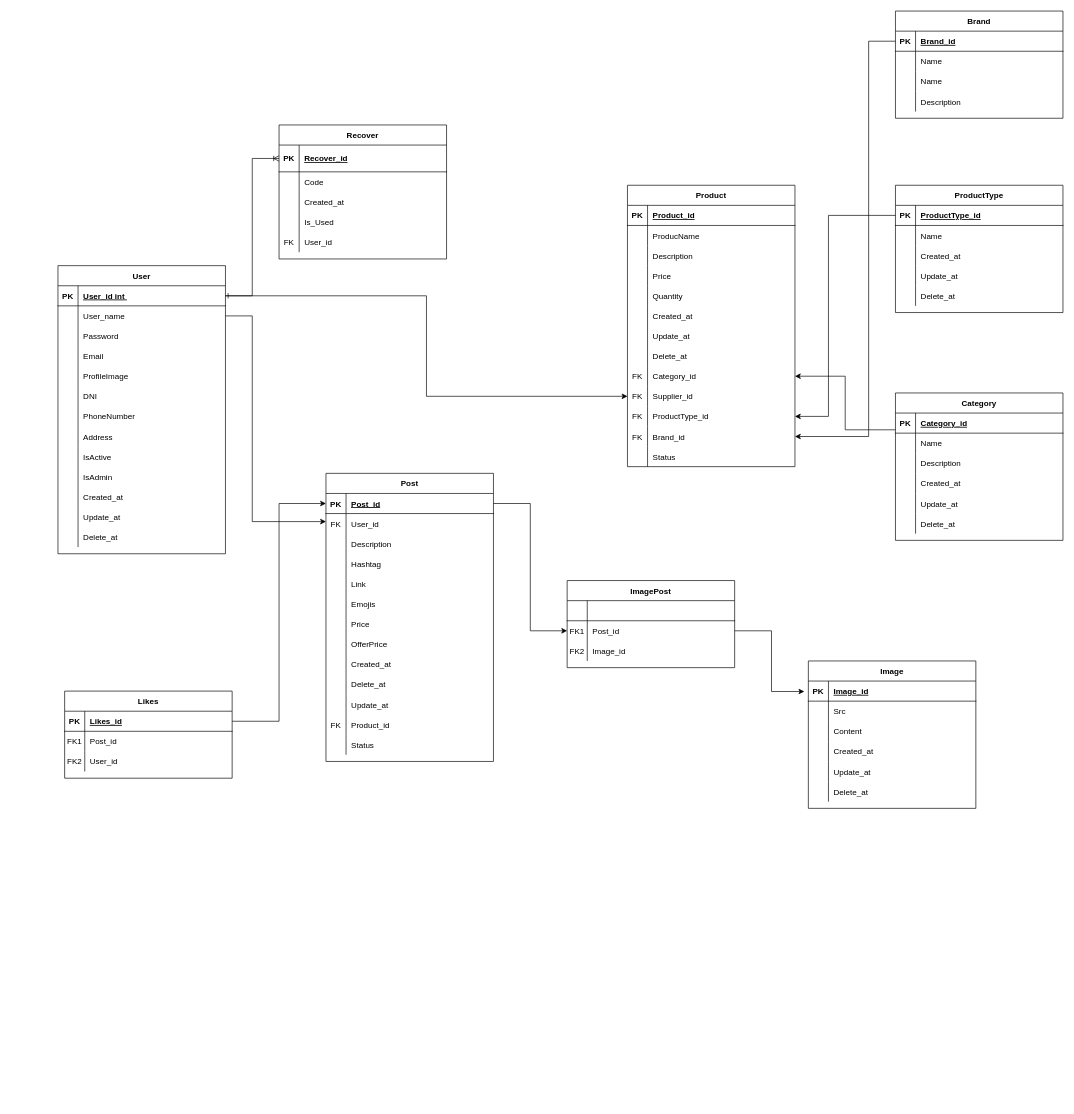
Before: E-Commerce.drawio in MarvinOrtiz18/DER, a draw.io diagram. Source tidied: cells renumbered, new cells numbered last; positions are measured from the earlier drawing's top-left corner, leaving out a move shared by most shapes. Both pictures are drawn from the tidied source at 67%, with x=0, y=0 at pixel (58, 11).
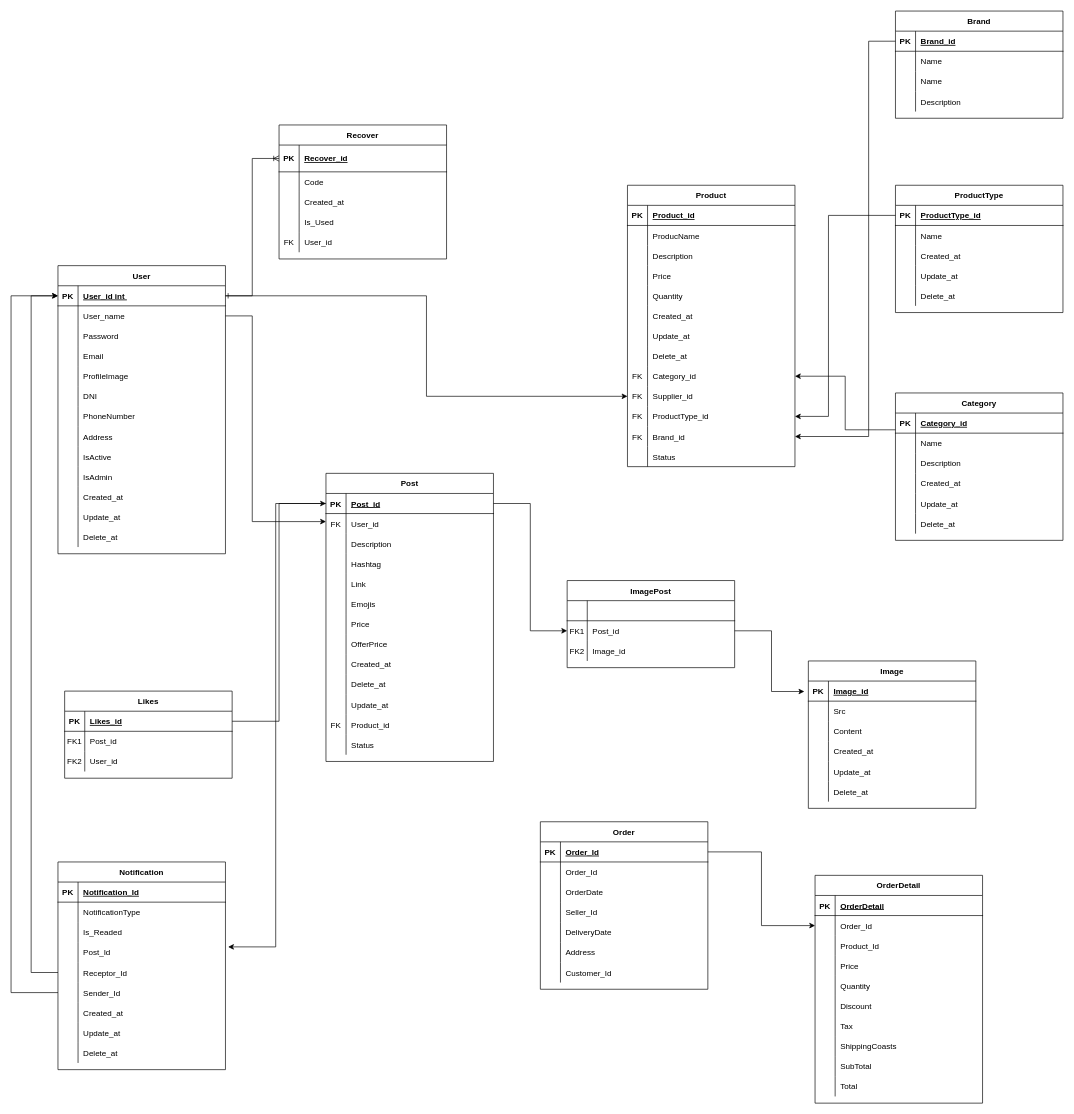
The same diagram, later.

The change refers to these unchanged cells:
```xml
<mxCell id="29" style="shape=partialRectangle;fillColor=none;points=[[0,0.5],[1,0.5]];portConstraint=eastwest;top=0;left=0;right=0;bottom=1;" parent="28" vertex="1">
  <mxGeometry y="30" width="250" height="30" as="geometry" />
</mxCell>
<mxCell id="70" style="shape=partialRectangle;fillColor=none;points=[[0,0.5],[1,0.5]];portConstraint=eastwest;top=0;left=0;right=0;bottom=1;" parent="69" vertex="1">
  <mxGeometry y="30" width="250" height="30" as="geometry" />
</mxCell>
```

Diff of the diagram source:
```diff
@@
+    <mxCell id="234" value="Notification" style="shape=table;startSize=30;childLayout=tableLayout;rowLines=0;fontStyle=1;align=center;" parent="1" vertex="1">
+      <mxGeometry y="1270" width="250" height="310" as="geometry" />
+    </mxCell>
+    <mxCell id="235" style="shape=partialRectangle;fillColor=none;top=0;left=0;right=0;bottom=1;" parent="234" vertex="1">
+      <mxGeometry y="30" width="250" height="30" as="geometry" />
+    </mxCell>
+    <mxCell id="236" value="PK" style="shape=partialRectangle;overflow=hidden;fillColor=none;top=0;left=0;bottom=0;right=0;fontStyle=1;" parent="235" vertex="1">
+      <mxGeometry width="30" height="30" as="geometry" />
+    </mxCell>
+    <mxCell id="237" value="Notification_Id" style="shape=partialRectangle;overflow=hidden;fillColor=none;top=0;left=0;bottom=0;right=0;align=left;spacingLeft=6;fontStyle=5;" parent="235" vertex="1">
+      <mxGeometry x="30" width="220" height="30" as="geometry" />
+    </mxCell>
+    <mxCell id="238" style="shape=partialRectangle;fillColor=none;top=0;left=0;right=0;bottom=0;" parent="234" vertex="1">
+      <mxGeometry y="60" width="250" height="30" as="geometry" />
+    </mxCell>
+    <mxCell id="239" style="shape=partialRectangle;overflow=hidden;fillColor=none;top=0;left=0;bottom=0;right=0;" parent="238" vertex="1">
+      <mxGeometry width="30" height="30" as="geometry" />
+    </mxCell>
+    <mxCell id="240" value="NotificationType" style="shape=partialRectangle;overflow=hidden;fillColor=none;top=0;left=0;bottom=0;right=0;align=left;spacingLeft=6;" parent="238" vertex="1">
+      <mxGeometry x="30" width="220" height="30" as="geometry" />
+    </mxCell>
+    <mxCell id="241" style="shape=partialRectangle;fillColor=none;top=0;left=0;right=0;bottom=0;" parent="234" vertex="1">
+      <mxGeometry y="90" width="250" height="30" as="geometry" />
+    </mxCell>
+    <mxCell id="242" style="shape=partialRectangle;overflow=hidden;fillColor=none;top=0;left=0;bottom=0;right=0;" parent="241" vertex="1">
+      <mxGeometry width="30" height="30" as="geometry" />
+    </mxCell>
+    <mxCell id="243" value="Is_Readed" style="shape=partialRectangle;overflow=hidden;fillColor=none;top=0;left=0;bottom=0;right=0;align=left;spacingLeft=6;" parent="241" vertex="1">
+      <mxGeometry x="30" width="220" height="30" as="geometry" />
+    </mxCell>
+    <mxCell id="244" style="shape=partialRectangle;fillColor=none;points=[[0,0.5],[1,0.5]];portConstraint=eastwest;top=0;left=0;right=0;bottom=0;" parent="234" vertex="1">
+      <mxGeometry y="120" width="250" height="30" as="geometry" />
+    </mxCell>
+    <mxCell id="245" style="shape=partialRectangle;overflow=hidden;fillColor=none;top=0;left=0;bottom=0;right=0;" parent="244" vertex="1">
+      <mxGeometry width="30" height="30" as="geometry" />
+    </mxCell>
+    <mxCell id="246" value="Post_Id" style="shape=partialRectangle;overflow=hidden;fillColor=none;top=0;left=0;bottom=0;right=0;align=left;spacingLeft=6;" parent="244" vertex="1">
+      <mxGeometry x="30" width="220" height="30" as="geometry" />
+    </mxCell>
+    <mxCell id="247" style="shape=partialRectangle;fillColor=none;points=[[0,0.5],[1,0.5]];portConstraint=eastwest;top=0;left=0;right=0;bottom=0;" parent="234" vertex="1">
+      <mxGeometry y="150" width="250" height="30" as="geometry" />
+    </mxCell>
+    <mxCell id="248" style="shape=partialRectangle;overflow=hidden;fillColor=none;top=0;left=0;bottom=0;right=0;" parent="247" vertex="1">
+      <mxGeometry width="30" height="30" as="geometry" />
+    </mxCell>
+    <mxCell id="249" value="Receptor_Id" style="shape=partialRectangle;overflow=hidden;fillColor=none;top=0;left=0;bottom=0;right=0;align=left;spacingLeft=6;" parent="247" vertex="1">
+      <mxGeometry x="30" width="220" height="30" as="geometry" />
+    </mxCell>
+    <mxCell id="250" style="shape=partialRectangle;fillColor=none;points=[[0,0.5],[1,0.5]];portConstraint=eastwest;top=0;left=0;right=0;bottom=0;" parent="234" vertex="1">
+      <mxGeometry y="180" width="250" height="30" as="geometry" />
+    </mxCell>
+    <mxCell id="251" style="shape=partialRectangle;overflow=hidden;fillColor=none;top=0;left=0;bottom=0;right=0;" parent="250" vertex="1">
+      <mxGeometry width="30" height="30" as="geometry" />
+    </mxCell>
+    <mxCell id="252" value="Sender_Id" style="shape=partialRectangle;overflow=hidden;fillColor=none;top=0;left=0;bottom=0;right=0;align=left;spacingLeft=6;" parent="250" vertex="1">
+      <mxGeometry x="30" width="220" height="30" as="geometry" />
+    </mxCell>
+    <mxCell id="253" style="shape=partialRectangle;fillColor=none;top=0;left=0;right=0;bottom=0;" parent="234" vertex="1">
+      <mxGeometry y="210" width="250" height="30" as="geometry" />
+    </mxCell>
+    <mxCell id="254" style="shape=partialRectangle;overflow=hidden;fillColor=none;top=0;left=0;bottom=0;right=0;" parent="253" vertex="1">
+      <mxGeometry width="30" height="30" as="geometry" />
+    </mxCell>
+    <mxCell id="255" value="Created_at" style="shape=partialRectangle;overflow=hidden;fillColor=none;top=0;left=0;bottom=0;right=0;align=left;spacingLeft=6;" parent="253" vertex="1">
+      <mxGeometry x="30" width="220" height="30" as="geometry" />
+    </mxCell>
+    <mxCell id="256" style="shape=partialRectangle;fillColor=none;top=0;left=0;right=0;bottom=0;" parent="234" vertex="1">
+      <mxGeometry y="240" width="250" height="30" as="geometry" />
+    </mxCell>
+    <mxCell id="257" style="shape=partialRectangle;overflow=hidden;fillColor=none;top=0;left=0;bottom=0;right=0;" parent="256" vertex="1">
+      <mxGeometry width="30" height="30" as="geometry" />
+    </mxCell>
+    <mxCell id="258" value="Update_at" style="shape=partialRectangle;overflow=hidden;fillColor=none;top=0;left=0;bottom=0;right=0;align=left;spacingLeft=6;" parent="256" vertex="1">
+      <mxGeometry x="30" width="220" height="30" as="geometry" />
+    </mxCell>
+    <mxCell id="259" style="shape=partialRectangle;fillColor=none;top=0;left=0;right=0;bottom=0;" parent="234" vertex="1">
+      <mxGeometry y="270" width="250" height="30" as="geometry" />
+    </mxCell>
+    <mxCell id="260" style="shape=partialRectangle;overflow=hidden;fillColor=none;top=0;left=0;bottom=0;right=0;" parent="259" vertex="1">
+      <mxGeometry width="30" height="30" as="geometry" />
+    </mxCell>
+    <mxCell id="261" value="Delete_at" style="shape=partialRectangle;overflow=hidden;fillColor=none;top=0;left=0;bottom=0;right=0;align=left;spacingLeft=6;" parent="259" vertex="1">
+      <mxGeometry x="30" width="220" height="30" as="geometry" />
+    </mxCell>
+    <mxCell id="262" style="edgeStyle=orthogonalEdgeStyle;rounded=0;jettySize=auto;html=1;exitX=0;exitY=0.5;exitDx=0;exitDy=0;entryX=1.016;entryY=0.225;entryDx=0;entryDy=0;entryPerimeter=0;" parent="1" edge="1" source="70" target="244">
+      <mxGeometry relative="1" as="geometry" />
+    </mxCell>
+    <mxCell id="263" style="edgeStyle=orthogonalEdgeStyle;rounded=0;jettySize=auto;html=1;exitX=0;exitY=0.5;exitDx=0;exitDy=0;entryX=0;entryY=0.5;entryDx=0;entryDy=0;" parent="1" edge="1" source="247" target="29">
+      <mxGeometry relative="1" as="geometry">
+        <Array as="points">
+          <mxPoint x="-40" y="1435" />
+          <mxPoint x="-40" y="425" />
+        </Array>
+      </mxGeometry>
+    </mxCell>
+    <mxCell id="264" style="edgeStyle=orthogonalEdgeStyle;rounded=0;jettySize=auto;html=1;exitX=0;exitY=0.5;exitDx=0;exitDy=0;entryX=0;entryY=0.5;entryDx=0;entryDy=0;" parent="1" edge="1" source="250" target="29">
+      <mxGeometry relative="1" as="geometry">
+        <Array as="points">
+          <mxPoint x="-70" y="1465" />
+          <mxPoint x="-70" y="425" />
+        </Array>
+      </mxGeometry>
+    </mxCell>
+    <mxCell id="265" value="Order" style="shape=table;startSize=30;childLayout=tableLayout;rowLines=0;fontStyle=1;align=center;" parent="1" vertex="1">
+      <mxGeometry x="720" y="1210" width="250" height="250" as="geometry" />
+    </mxCell>
+    <mxCell id="266" style="shape=partialRectangle;fillColor=none;points=[[0,0.5],[1,0.5]];portConstraint=eastwest;top=0;left=0;right=0;bottom=1;" parent="265" vertex="1">
+      <mxGeometry y="30" width="250" height="30" as="geometry" />
+    </mxCell>
+    <mxCell id="267" value="PK" style="shape=partialRectangle;overflow=hidden;fillColor=none;top=0;left=0;bottom=0;right=0;fontStyle=1;" parent="266" vertex="1">
+      <mxGeometry width="30" height="30" as="geometry" />
+    </mxCell>
+    <mxCell id="268" value="Order_Id" style="shape=partialRectangle;overflow=hidden;fillColor=none;top=0;left=0;bottom=0;right=0;align=left;spacingLeft=6;fontStyle=5;" parent="266" vertex="1">
+      <mxGeometry x="30" width="220" height="30" as="geometry" />
+    </mxCell>
+    <mxCell id="269" style="shape=partialRectangle;fillColor=none;top=0;left=0;right=0;bottom=0;" parent="265" vertex="1">
+      <mxGeometry y="60" width="250" height="30" as="geometry" />
+    </mxCell>
+    <mxCell id="270" style="shape=partialRectangle;overflow=hidden;fillColor=none;top=0;left=0;bottom=0;right=0;" parent="269" vertex="1">
+      <mxGeometry width="30" height="30" as="geometry" />
+    </mxCell>
+    <mxCell id="271" value="Order_Id" style="shape=partialRectangle;overflow=hidden;fillColor=none;top=0;left=0;bottom=0;right=0;align=left;spacingLeft=6;" parent="269" vertex="1">
+      <mxGeometry x="30" width="220" height="30" as="geometry" />
+    </mxCell>
+    <mxCell id="272" style="shape=partialRectangle;fillColor=none;top=0;left=0;right=0;bottom=0;" parent="265" vertex="1">
+      <mxGeometry y="90" width="250" height="30" as="geometry" />
+    </mxCell>
+    <mxCell id="273" style="shape=partialRectangle;overflow=hidden;fillColor=none;top=0;left=0;bottom=0;right=0;" parent="272" vertex="1">
+      <mxGeometry width="30" height="30" as="geometry" />
+    </mxCell>
+    <mxCell id="274" value="OrderDate" style="shape=partialRectangle;overflow=hidden;fillColor=none;top=0;left=0;bottom=0;right=0;align=left;spacingLeft=6;" parent="272" vertex="1">
+      <mxGeometry x="30" width="220" height="30" as="geometry" />
+    </mxCell>
+    <mxCell id="275" style="shape=partialRectangle;fillColor=none;top=0;left=0;right=0;bottom=0;" parent="265" vertex="1">
+      <mxGeometry y="120" width="250" height="30" as="geometry" />
+    </mxCell>
+    <mxCell id="276" style="shape=partialRectangle;overflow=hidden;fillColor=none;top=0;left=0;bottom=0;right=0;" parent="275" vertex="1">
+      <mxGeometry width="30" height="30" as="geometry" />
+    </mxCell>
+    <mxCell id="277" value="Seller_Id" style="shape=partialRectangle;overflow=hidden;fillColor=none;top=0;left=0;bottom=0;right=0;align=left;spacingLeft=6;" parent="275" vertex="1">
+      <mxGeometry x="30" width="220" height="30" as="geometry" />
+    </mxCell>
+    <mxCell id="278" style="shape=partialRectangle;fillColor=none;top=0;left=0;right=0;bottom=0;" parent="265" vertex="1">
+      <mxGeometry y="150" width="250" height="30" as="geometry" />
+    </mxCell>
+    <mxCell id="279" style="shape=partialRectangle;overflow=hidden;fillColor=none;top=0;left=0;bottom=0;right=0;" parent="278" vertex="1">
+      <mxGeometry width="30" height="30" as="geometry" />
+    </mxCell>
+    <mxCell id="280" value="DeliveryDate" style="shape=partialRectangle;overflow=hidden;fillColor=none;top=0;left=0;bottom=0;right=0;align=left;spacingLeft=6;" parent="278" vertex="1">
+      <mxGeometry x="30" width="220" height="30" as="geometry" />
+    </mxCell>
+    <mxCell id="281" style="shape=partialRectangle;fillColor=none;top=0;left=0;right=0;bottom=0;" parent="265" vertex="1">
+      <mxGeometry y="180" width="250" height="30" as="geometry" />
+    </mxCell>
+    <mxCell id="282" style="shape=partialRectangle;overflow=hidden;fillColor=none;top=0;left=0;bottom=0;right=0;" parent="281" vertex="1">
+      <mxGeometry width="30" height="30" as="geometry" />
+    </mxCell>
+    <mxCell id="283" value="Address" style="shape=partialRectangle;overflow=hidden;fillColor=none;top=0;left=0;bottom=0;right=0;align=left;spacingLeft=6;" parent="281" vertex="1">
+      <mxGeometry x="30" width="220" height="30" as="geometry" />
+    </mxCell>
+    <mxCell id="284" style="shape=partialRectangle;fillColor=none;top=0;left=0;right=0;bottom=0;" parent="265" vertex="1">
+      <mxGeometry y="210" width="250" height="30" as="geometry" />
+    </mxCell>
+    <mxCell id="285" style="shape=partialRectangle;overflow=hidden;fillColor=none;top=0;left=0;bottom=0;right=0;" parent="284" vertex="1">
+      <mxGeometry width="30" height="30" as="geometry" />
+    </mxCell>
+    <mxCell id="286" value="Customer_Id" style="shape=partialRectangle;overflow=hidden;fillColor=none;top=0;left=0;bottom=0;right=0;align=left;spacingLeft=6;" parent="284" vertex="1">
+      <mxGeometry x="30" width="220" height="30" as="geometry" />
+    </mxCell>
+    <mxCell id="287" value="OrderDetail" style="shape=table;startSize=30;childLayout=tableLayout;rowLines=0;fontStyle=1;align=center;" parent="1" vertex="1">
+      <mxGeometry x="1130" y="1290" width="250" height="340" as="geometry" />
+    </mxCell>
+    <mxCell id="288" style="shape=partialRectangle;fillColor=none;top=0;left=0;right=0;bottom=1;" parent="287" vertex="1">
+      <mxGeometry y="30" width="250" height="30" as="geometry" />
+    </mxCell>
+    <mxCell id="289" value="PK" style="shape=partialRectangle;overflow=hidden;fillColor=none;top=0;left=0;bottom=0;right=0;fontStyle=1;" parent="288" vertex="1">
+      <mxGeometry width="30" height="30" as="geometry" />
+    </mxCell>
+    <mxCell id="290" value="OrderDetail" style="shape=partialRectangle;overflow=hidden;fillColor=none;top=0;left=0;bottom=0;right=0;align=left;spacingLeft=6;fontStyle=5;" parent="288" vertex="1">
+      <mxGeometry x="30" width="220" height="30" as="geometry" />
+    </mxCell>
+    <mxCell id="291" style="shape=partialRectangle;fillColor=none;points=[[0,0.5],[1,0.5]];portConstraint=eastwest;top=0;left=0;right=0;bottom=0;" parent="287" vertex="1">
+      <mxGeometry y="60" width="250" height="30" as="geometry" />
+    </mxCell>
+    <mxCell id="292" style="shape=partialRectangle;overflow=hidden;fillColor=none;top=0;left=0;bottom=0;right=0;" parent="291" vertex="1">
+      <mxGeometry width="30" height="30" as="geometry" />
+    </mxCell>
+    <mxCell id="293" value="Order_Id" style="shape=partialRectangle;overflow=hidden;fillColor=none;top=0;left=0;bottom=0;right=0;align=left;spacingLeft=6;" parent="291" vertex="1">
+      <mxGeometry x="30" width="220" height="30" as="geometry" />
+    </mxCell>
+    <mxCell id="294" style="shape=partialRectangle;fillColor=none;top=0;left=0;right=0;bottom=0;" parent="287" vertex="1">
+      <mxGeometry y="90" width="250" height="30" as="geometry" />
+    </mxCell>
+    <mxCell id="295" style="shape=partialRectangle;overflow=hidden;fillColor=none;top=0;left=0;bottom=0;right=0;" parent="294" vertex="1">
+      <mxGeometry width="30" height="30" as="geometry" />
+    </mxCell>
+    <mxCell id="296" value="Product_Id" style="shape=partialRectangle;overflow=hidden;fillColor=none;top=0;left=0;bottom=0;right=0;align=left;spacingLeft=6;" parent="294" vertex="1">
+      <mxGeometry x="30" width="220" height="30" as="geometry" />
+    </mxCell>
+    <mxCell id="297" style="shape=partialRectangle;fillColor=none;top=0;left=0;right=0;bottom=0;" parent="287" vertex="1">
+      <mxGeometry y="120" width="250" height="30" as="geometry" />
+    </mxCell>
+    <mxCell id="298" style="shape=partialRectangle;overflow=hidden;fillColor=none;top=0;left=0;bottom=0;right=0;" parent="297" vertex="1">
+      <mxGeometry width="30" height="30" as="geometry" />
+    </mxCell>
+    <mxCell id="299" value="Price" style="shape=partialRectangle;overflow=hidden;fillColor=none;top=0;left=0;bottom=0;right=0;align=left;spacingLeft=6;" parent="297" vertex="1">
+      <mxGeometry x="30" width="220" height="30" as="geometry" />
+    </mxCell>
+    <mxCell id="300" style="shape=partialRectangle;fillColor=none;top=0;left=0;right=0;bottom=0;" parent="287" vertex="1">
+      <mxGeometry y="150" width="250" height="30" as="geometry" />
+    </mxCell>
+    <mxCell id="301" style="shape=partialRectangle;overflow=hidden;fillColor=none;top=0;left=0;bottom=0;right=0;" parent="300" vertex="1">
+      <mxGeometry width="30" height="30" as="geometry" />
+    </mxCell>
+    <mxCell id="302" value="Quantity" style="shape=partialRectangle;overflow=hidden;fillColor=none;top=0;left=0;bottom=0;right=0;align=left;spacingLeft=6;" parent="300" vertex="1">
+      <mxGeometry x="30" width="220" height="30" as="geometry" />
+    </mxCell>
+    <mxCell id="303" style="shape=partialRectangle;fillColor=none;top=0;left=0;right=0;bottom=0;" parent="287" vertex="1">
+      <mxGeometry y="180" width="250" height="30" as="geometry" />
+    </mxCell>
+    <mxCell id="304" style="shape=partialRectangle;overflow=hidden;fillColor=none;top=0;left=0;bottom=0;right=0;" parent="303" vertex="1">
+      <mxGeometry width="30" height="30" as="geometry" />
+    </mxCell>
+    <mxCell id="305" value="Discount" style="shape=partialRectangle;overflow=hidden;fillColor=none;top=0;left=0;bottom=0;right=0;align=left;spacingLeft=6;" parent="303" vertex="1">
+      <mxGeometry x="30" width="220" height="30" as="geometry" />
+    </mxCell>
+    <mxCell id="306" style="shape=partialRectangle;fillColor=none;top=0;left=0;right=0;bottom=0;" parent="287" vertex="1">
+      <mxGeometry y="210" width="250" height="30" as="geometry" />
+    </mxCell>
+    <mxCell id="307" style="shape=partialRectangle;overflow=hidden;fillColor=none;top=0;left=0;bottom=0;right=0;" parent="306" vertex="1">
+      <mxGeometry width="30" height="30" as="geometry" />
+    </mxCell>
+    <mxCell id="308" value="Tax" style="shape=partialRectangle;overflow=hidden;fillColor=none;top=0;left=0;bottom=0;right=0;align=left;spacingLeft=6;" parent="306" vertex="1">
+      <mxGeometry x="30" width="220" height="30" as="geometry" />
+    </mxCell>
+    <mxCell id="309" style="shape=partialRectangle;fillColor=none;top=0;left=0;right=0;bottom=0;" parent="287" vertex="1">
+      <mxGeometry y="240" width="250" height="30" as="geometry" />
+    </mxCell>
+    <mxCell id="310" style="shape=partialRectangle;overflow=hidden;fillColor=none;top=0;left=0;bottom=0;right=0;" parent="309" vertex="1">
+      <mxGeometry width="30" height="30" as="geometry" />
+    </mxCell>
+    <mxCell id="311" value="ShippingCoasts" style="shape=partialRectangle;overflow=hidden;fillColor=none;top=0;left=0;bottom=0;right=0;align=left;spacingLeft=6;" parent="309" vertex="1">
+      <mxGeometry x="30" width="220" height="30" as="geometry" />
+    </mxCell>
+    <mxCell id="312" style="shape=partialRectangle;fillColor=none;top=0;left=0;right=0;bottom=0;" parent="287" vertex="1">
+      <mxGeometry y="270" width="250" height="30" as="geometry" />
+    </mxCell>
+    <mxCell id="313" style="shape=partialRectangle;overflow=hidden;fillColor=none;top=0;left=0;bottom=0;right=0;" parent="312" vertex="1">
+      <mxGeometry width="30" height="30" as="geometry" />
+    </mxCell>
+    <mxCell id="314" value="SubTotal" style="shape=partialRectangle;overflow=hidden;fillColor=none;top=0;left=0;bottom=0;right=0;align=left;spacingLeft=6;" parent="312" vertex="1">
+      <mxGeometry x="30" width="220" height="30" as="geometry" />
+    </mxCell>
+    <mxCell id="315" style="shape=partialRectangle;fillColor=none;top=0;left=0;right=0;bottom=0;" parent="287" vertex="1">
+      <mxGeometry y="300" width="250" height="30" as="geometry" />
+    </mxCell>
+    <mxCell id="316" style="shape=partialRectangle;overflow=hidden;fillColor=none;top=0;left=0;bottom=0;right=0;" parent="315" vertex="1">
+      <mxGeometry width="30" height="30" as="geometry" />
+    </mxCell>
+    <mxCell id="317" value="Total" style="shape=partialRectangle;overflow=hidden;fillColor=none;top=0;left=0;bottom=0;right=0;align=left;spacingLeft=6;" parent="315" vertex="1">
+      <mxGeometry x="30" width="220" height="30" as="geometry" />
+    </mxCell>
+    <mxCell id="318" style="edgeStyle=orthogonalEdgeStyle;rounded=0;jettySize=auto;html=1;exitX=1;exitY=0.5;exitDx=0;exitDy=0;entryX=0;entryY=0.5;entryDx=0;entryDy=0;" parent="1" edge="1" source="266" target="291">
+      <mxGeometry relative="1" as="geometry" />
+    </mxCell>
```
